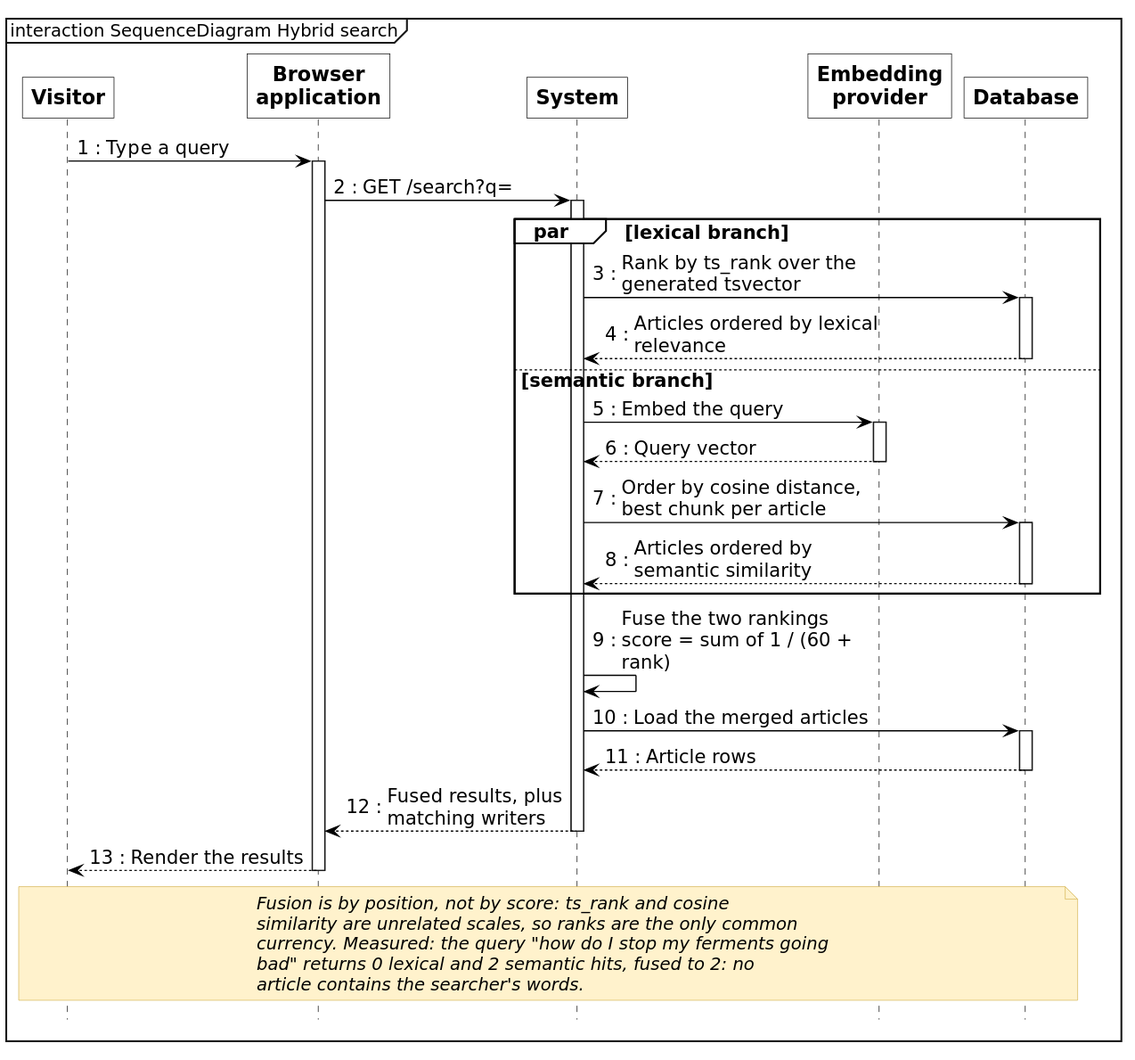
Before: diagrams/fig-5-7-sequence-hybrid-search/fig-5-7-sequence-hybrid-search.svg, a diagram exported from PlantUML (inkwell-dev/spec.inkwell.ai).
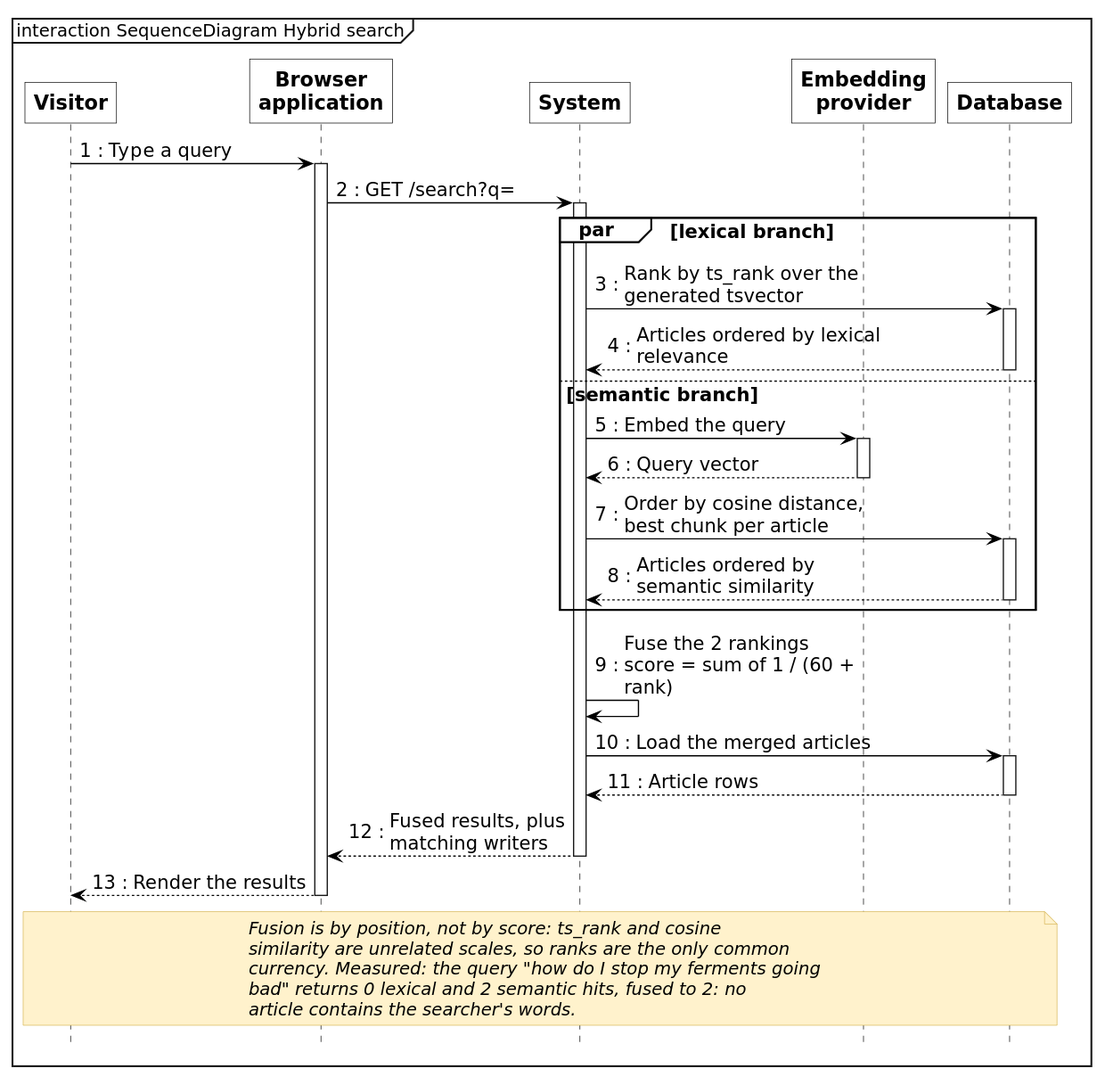
Above is the later version.

The edit, as a diff of the source:
```diff
@@ -31,7 +31,7 @@
   deactivate D
 end
 
-A -> A : Fuse the two rankings\nscore = sum of 1 / (60 + rank)
+A -> A : Fuse the 2 rankings\nscore = sum of 1 / (60 + rank)
 A -> D : Load the merged articles
 activate D
 D --> A : Article rows
```
